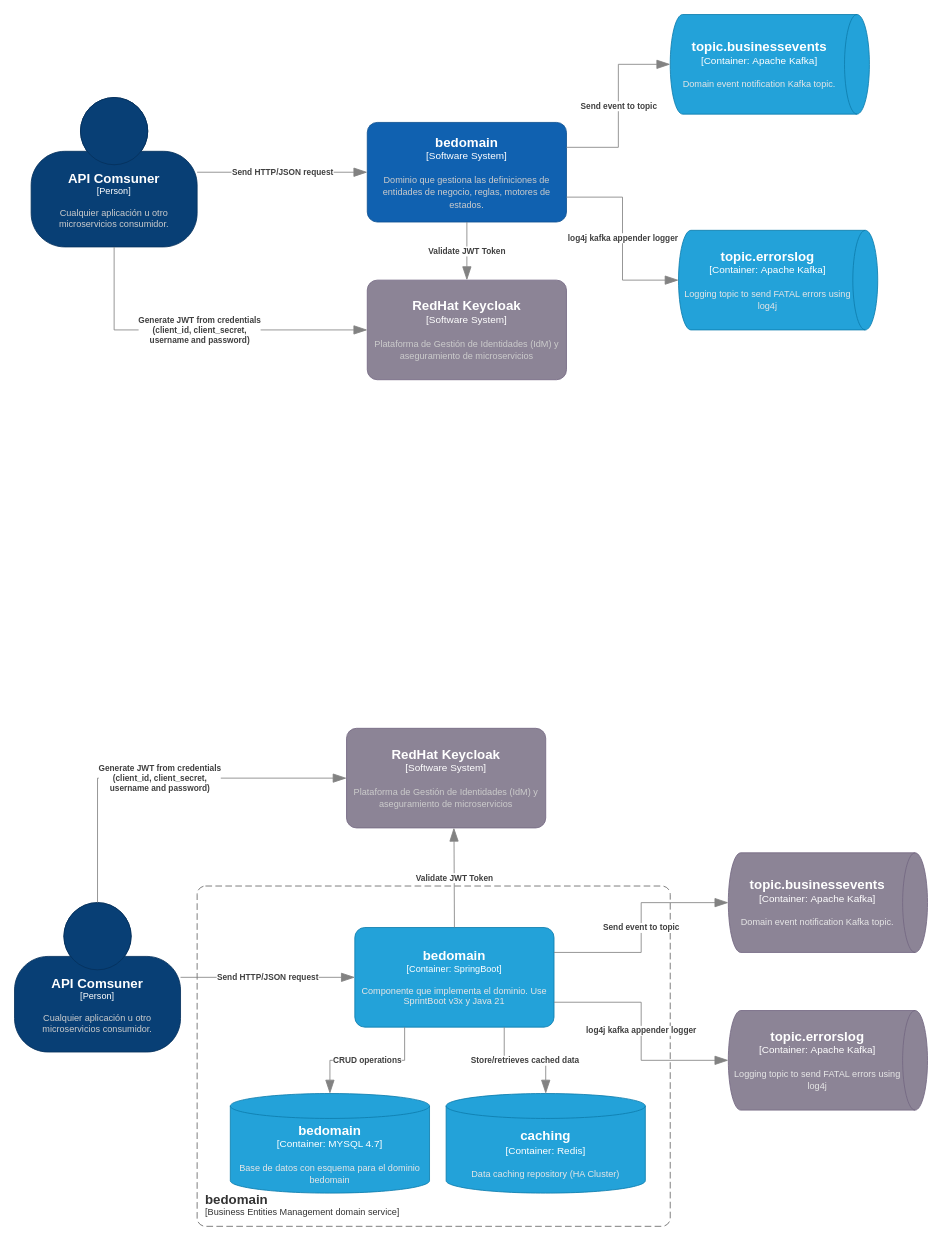
Above: page "Architecture" (1 of 2) of design/architecture.drawio in ianache/bedomain (draw.io), before the change. Source tidied: cells renumbered, new cells numbered last; positions are measured from the earlier drawing's top-left corner, leaving out a move shared by most shapes. Both pictures are drawn from the tidied source at 83%, with x=0, y=0 at pixel (14, 14).
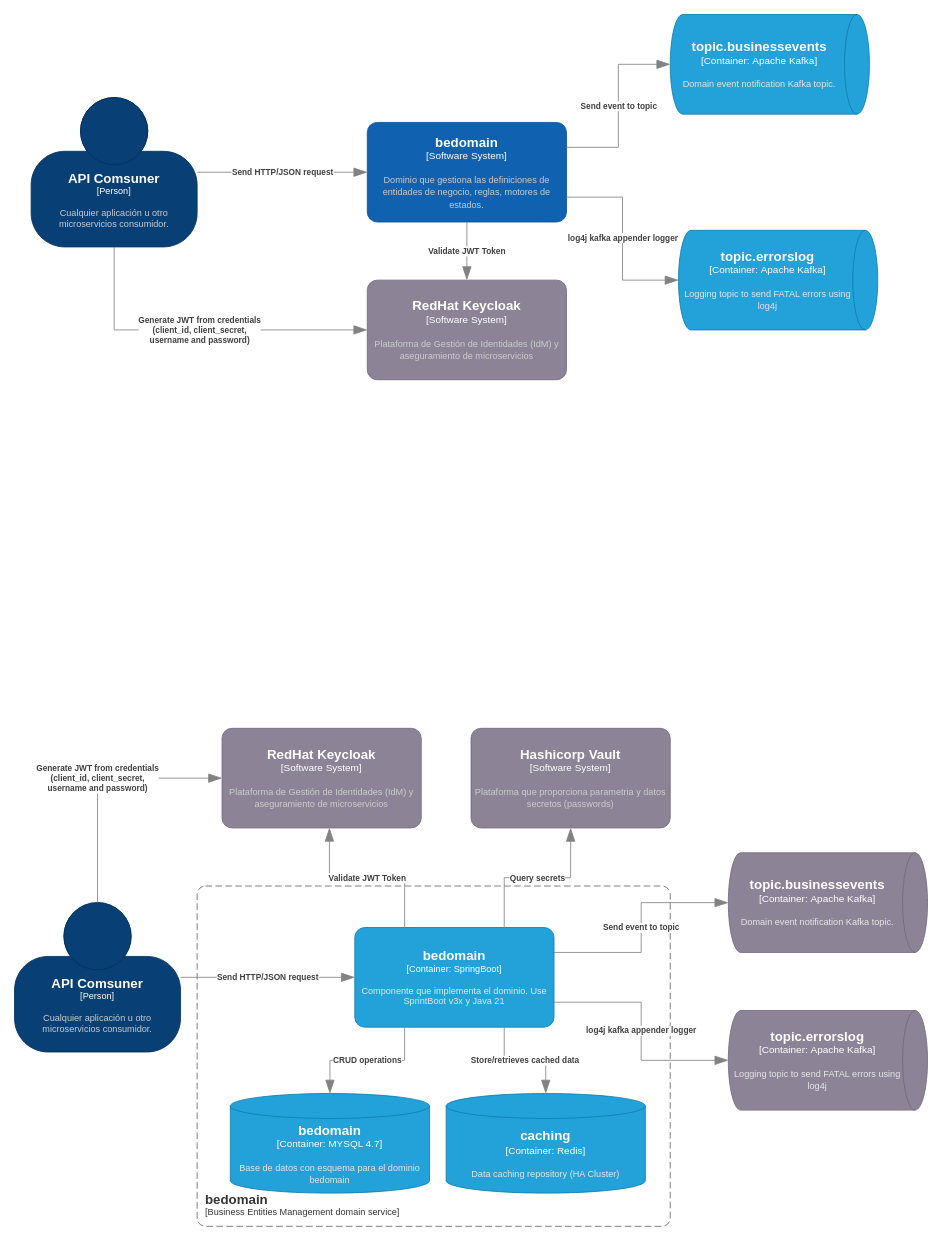
The same page after the edit.

Commit message (it also covers changes not shown here):
chore: update Dockerfile and architecture diagram

Unchanged cells that the change refers to:
```xml
<object id="13" label="&lt;font style=&quot;font-size: 16px&quot;&gt;&lt;b&gt;%c4Name%&lt;/b&gt;&lt;/font&gt;&lt;div&gt;[%c4Type%: %c4Technology%]&lt;/div&gt;&lt;br&gt;&lt;div&gt;&lt;font style=&quot;font-size: 11px&quot;&gt;&lt;font color=&quot;#E6E6E6&quot;&gt;%c4Description%&lt;/font&gt;&lt;/div&gt;" c4Description="Componente que implementa el dominio. Use SprintBoot v3x y Java 21" c4Name="bedomain" c4Technology="SpringBoot" c4Type="Container" placeholders="1">
  <mxCell style="rounded=1;whiteSpace=wrap;html=1;fontSize=11;labelBackgroundColor=none;fillColor=#23A2D9;fontColor=#ffffff;align=center;arcSize=10;strokeColor=#0E7DAD;points=[[0.25,0,0],[0.5,0,0],[0.75,0,0],[1,0.25,0],[1,0.5,0],[1,0.75,0],[0.75,1,0],[0.5,1,0],[0.25,1,0],[0,0.75,0],[0,0.5,0],[0,0.25,0]];" parent="1" vertex="1">
    <mxGeometry x="410" y="1100" width="240" height="120" as="geometry" />
  </mxCell>
</object>
```

The edit, as a diff of the source:
```diff
@@
     <object id="16" label="&lt;font style=&quot;font-size: 16px&quot;&gt;&lt;b&gt;%c4Name%&lt;/b&gt;&lt;/font&gt;&lt;div&gt;[%c4Type%]&lt;/div&gt;&lt;br&gt;&lt;div&gt;&lt;font style=&quot;font-size: 11px&quot;&gt;&lt;font color=&quot;#cccccc&quot;&gt;%c4Description%&lt;/font&gt;&lt;/div&gt;" c4Description="Plataforma de Gestión de Identidades (IdM) y aseguramiento de microservicios" c4Name="RedHat Keycloak" c4Type="Software System" placeholders="1">
       <mxCell style="rounded=1;whiteSpace=wrap;html=1;labelBackgroundColor=none;fillColor=#8C8496;fontColor=#ffffff;align=center;arcSize=10;strokeColor=#736782;points=[[0.25,0,0],[0.5,0,0],[0.75,0,0],[1,0.25,0],[1,0.5,0],[1,0.75,0],[0.75,1,0],[0.5,1,0],[0.25,1,0],[0,0.75,0],[0,0.5,0],[0,0.25,0]];" parent="1" vertex="1">
-        <mxGeometry x="400" y="860" width="240" height="120" as="geometry" />
+        <mxGeometry x="250" y="860" width="240" height="120" as="geometry" />
       </mxCell>
     </object>
     <object id="17" label="&lt;div style=&quot;text-align: left&quot;&gt;&lt;div style=&quot;text-align: center&quot;&gt;&lt;b&gt;%c4Description%&lt;/b&gt;&lt;/div&gt;" c4Description="Validate JWT Token" placeholders="1">
-      <mxCell style="endArrow=blockThin;html=1;fontSize=10;fontColor=#404040;strokeWidth=1;endFill=1;strokeColor=#828282;elbow=vertical;endSize=14;startSize=14;jumpStyle=arc;jumpSize=16;rounded=0;edgeStyle=orthogonalEdgeStyle;exitX=0.5;exitY=0;exitDx=0;exitDy=0;exitPerimeter=0;entryX=0.539;entryY=0.999;entryDx=0;entryDy=0;entryPerimeter=0;" parent="1" edge="1" source="13" target="16">
+      <mxCell style="endArrow=blockThin;html=1;fontSize=10;fontColor=#404040;strokeWidth=1;endFill=1;strokeColor=#828282;elbow=vertical;endSize=14;startSize=14;jumpStyle=arc;jumpSize=16;rounded=0;edgeStyle=orthogonalEdgeStyle;exitX=0.25;exitY=0;exitDx=0;exitDy=0;exitPerimeter=0;entryX=0.539;entryY=0.999;entryDx=0;entryDy=0;entryPerimeter=0;" parent="1" edge="1" source="13" target="16">
         <mxGeometry relative="1" as="geometry" />
       </mxCell>
     </object>
@@
+    <object id="27" label="&lt;font style=&quot;font-size: 16px&quot;&gt;&lt;b&gt;%c4Name%&lt;/b&gt;&lt;/font&gt;&lt;div&gt;[%c4Type%]&lt;/div&gt;&lt;br&gt;&lt;div&gt;&lt;font style=&quot;font-size: 11px&quot;&gt;&lt;font color=&quot;#cccccc&quot;&gt;%c4Description%&lt;/font&gt;&lt;/div&gt;" c4Description="Plataforma que proporciona parametria y datos secretos (passwords)" c4Name="Hashicorp Vault" c4Type="Software System" placeholders="1">
+      <mxCell style="rounded=1;whiteSpace=wrap;html=1;labelBackgroundColor=none;fillColor=#8C8496;fontColor=#ffffff;align=center;arcSize=10;strokeColor=#736782;points=[[0.25,0,0],[0.5,0,0],[0.75,0,0],[1,0.25,0],[1,0.5,0],[1,0.75,0],[0.75,1,0],[0.5,1,0],[0.25,1,0],[0,0.75,0],[0,0.5,0],[0,0.25,0]];" parent="1" vertex="1">
+        <mxGeometry x="550" y="860" width="240" height="120" as="geometry" />
+      </mxCell>
+    </object>
+    <object id="28" label="&lt;div style=&quot;text-align: left&quot;&gt;&lt;div style=&quot;text-align: center&quot;&gt;&lt;b&gt;%c4Description%&lt;/b&gt;&lt;/div&gt;" c4Description="Query secrets" placeholders="1">
+      <mxCell style="endArrow=blockThin;html=1;fontSize=10;fontColor=#404040;strokeWidth=1;endFill=1;strokeColor=#828282;elbow=vertical;endSize=14;startSize=14;jumpStyle=arc;jumpSize=16;rounded=0;edgeStyle=orthogonalEdgeStyle;exitX=0.75;exitY=0;exitDx=0;exitDy=0;exitPerimeter=0;entryX=0.5;entryY=1;entryDx=0;entryDy=0;entryPerimeter=0;" parent="1" edge="1" source="13" target="27">
+        <mxGeometry relative="1" as="geometry" />
+      </mxCell>
+    </object>
```
